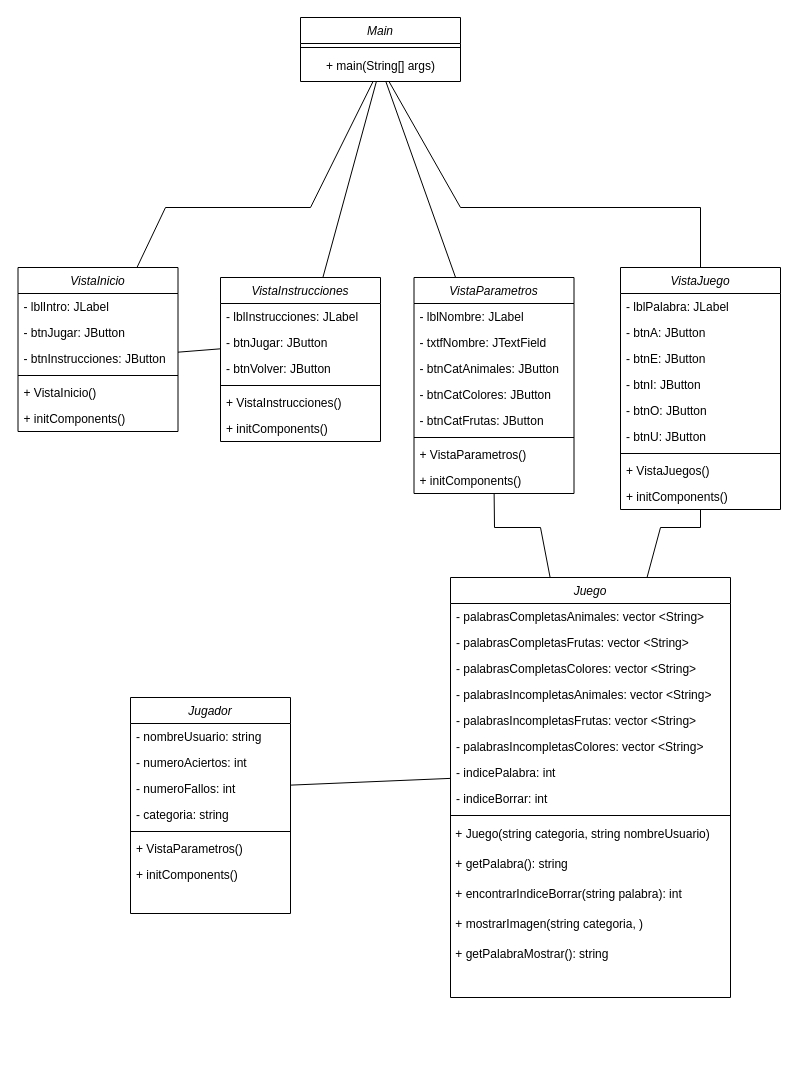
Before: Diagrama de Clases MiniProyecto1.drawio in puyojulian/MiniProyecto1FPOE, a draw.io diagram. Source tidied: cells renumbered, new cells numbered last; positions are measured from the earlier drawing's top-left corner, leaving out a move shared by most shapes. Both pictures are drawn from the tidied source at 100%, with x=0, y=0 at pixel (18, 17).
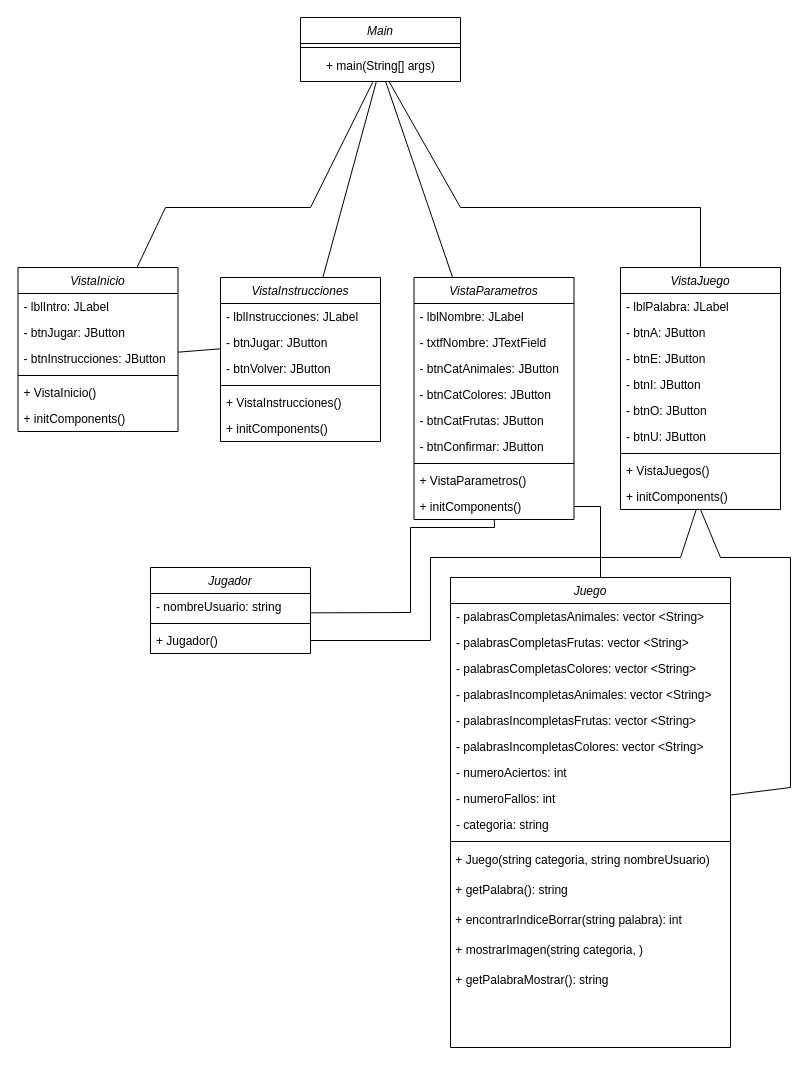
After the change.

Commit message:
Modificación Clases Jugador y Juego

Unchanged cells that the change refers to:
```xml
<mxCell id="56" value="+ initComponents()" style="text;align=left;verticalAlign=top;spacingLeft=4;spacingRight=4;overflow=hidden;points=[[0,0.5],[1,0.5]];portConstraint=eastwest;" parent="47" vertex="1">
  <mxGeometry y="216" width="160" height="26" as="geometry" />
</mxCell>
<mxCell id="61" value="- nombreUsuario: string" style="text;align=left;verticalAlign=top;spacingLeft=4;spacingRight=4;overflow=hidden;points=[[0,0.5],[1,0.5]];portConstraint=eastwest;" parent="60" vertex="1">
  <mxGeometry y="26" width="160" height="26" as="geometry" />
</mxCell>
```

What changed in the source:
```diff
@@
     <mxCell id="12" value="Juego" style="swimlane;fontStyle=2;align=center;verticalAlign=top;horizontal=1;startSize=26;rounded=0;shadow=0;strokeWidth=1;" parent="1" vertex="1">
-      <mxGeometry x="432" y="560" width="280" height="420" as="geometry" />
+      <mxGeometry x="432" y="560" width="280" height="470" as="geometry" />
     </mxCell>
@@
-    <mxCell id="19" value="- indicePalabra: int" style="text;align=left;verticalAlign=top;spacingLeft=4;spacingRight=4;overflow=hidden;points=[[0,0.5],[1,0.5]];portConstraint=eastwest;" parent="12" vertex="1">
-      <mxGeometry y="182" width="280" height="26" as="geometry" />
-    </mxCell>
-    <mxCell id="20" value="- indiceBorrar: int" style="text;align=left;verticalAlign=top;spacingLeft=4;spacingRight=4;overflow=hidden;" parent="12" vertex="1">
-      <mxGeometry y="208" width="280" height="26" as="geometry" />
-    </mxCell>
+    <mxCell id="62" value="- numeroAciertos: int" style="text;align=left;verticalAlign=top;spacingLeft=4;spacingRight=4;overflow=hidden;" parent="12" vertex="1">
+      <mxGeometry y="182" width="280" height="26" as="geometry" />
+    </mxCell>
+    <mxCell id="63" value="- numeroFallos: int" style="text;align=left;verticalAlign=top;spacingLeft=4;spacingRight=4;overflow=hidden;points=[[0,0.5],[1,0.5]];portConstraint=eastwest;" parent="12" vertex="1">
+      <mxGeometry y="208" width="280" height="26" as="geometry" />
+    </mxCell>
+    <mxCell id="64" value="- categoria: string" style="text;align=left;verticalAlign=top;spacingLeft=4;spacingRight=4;overflow=hidden;" parent="12" vertex="1">
+      <mxGeometry y="234" width="280" height="26" as="geometry" />
+    </mxCell>
     <mxCell id="21" style="line;html=1;strokeWidth=1;align=left;verticalAlign=middle;spacingTop=-1;spacingLeft=3;spacingRight=3;labelPosition=right;" parent="12" vertex="1">
-      <mxGeometry y="234" width="280" height="8" as="geometry" />
+      <mxGeometry y="260" width="280" height="8" as="geometry" />
     </mxCell>
     <mxCell id="22" value="&amp;nbsp;+ Juego(string categoria, string nombreUsuario)" style="text;html=1;align=left;verticalAlign=middle;strokeColor=none;fillColor=none;" parent="12" vertex="1">
-      <mxGeometry y="242" width="280" height="30" as="geometry" />
+      <mxGeometry y="268" width="280" height="30" as="geometry" />
     </mxCell>
     <mxCell id="23" value="&amp;nbsp;+ getPalabra(): string" style="text;html=1;align=left;verticalAlign=middle;strokeColor=none;fillColor=none;" parent="12" vertex="1">
-      <mxGeometry y="272" width="280" height="30" as="geometry" />
+      <mxGeometry y="298" width="280" height="30" as="geometry" />
     </mxCell>
     <mxCell id="24" value="&amp;nbsp;+ encontrarIndiceBorrar(string palabra): int" style="text;html=1;align=left;verticalAlign=middle;strokeColor=none;fillColor=none;" parent="12" vertex="1">
-      <mxGeometry y="302" width="280" height="30" as="geometry" />
+      <mxGeometry y="328" width="280" height="30" as="geometry" />
     </mxCell>
     <mxCell id="25" value="&amp;nbsp;+ mostrarImagen(string categoria, )" style="text;html=1;align=left;verticalAlign=middle;strokeColor=none;fillColor=none;" parent="12" vertex="1">
-      <mxGeometry y="332" width="280" height="30" as="geometry" />
+      <mxGeometry y="358" width="280" height="30" as="geometry" />
     </mxCell>
     <mxCell id="26" value="&amp;nbsp;+ getPalabraMostrar(): string" style="text;html=1;align=left;verticalAlign=middle;strokeColor=none;fillColor=none;" parent="12" vertex="1">
-      <mxGeometry y="362" width="280" height="30" as="geometry" />
+      <mxGeometry y="388" width="280" height="30" as="geometry" />
     </mxCell>
@@
     <mxCell id="34" value="VistaParametros" style="swimlane;fontStyle=2;align=center;verticalAlign=top;horizontal=1;startSize=26;rounded=0;shadow=0;strokeWidth=1;" parent="1" vertex="1">
-      <mxGeometry x="395.5" y="260" width="160" height="216" as="geometry" />
+      <mxGeometry x="395.5" y="260" width="160" height="242" as="geometry" />
     </mxCell>
@@
+    <mxCell id="69" value="- btnConfirmar: JButton" style="text;align=left;verticalAlign=top;spacingLeft=4;spacingRight=4;overflow=hidden;rounded=0;shadow=0;html=0;" parent="34" vertex="1">
+      <mxGeometry y="156" width="160" height="26" as="geometry" />
+    </mxCell>
     <mxCell id="40" style="line;html=1;strokeWidth=1;align=left;verticalAlign=middle;spacingTop=-1;spacingLeft=3;spacingRight=3;labelPosition=right;" parent="34" vertex="1">
-      <mxGeometry y="156" width="160" height="8" as="geometry" />
+      <mxGeometry y="182" width="160" height="8" as="geometry" />
     </mxCell>
     <mxCell id="41" value="+ VistaParametros()" style="text;align=left;verticalAlign=top;spacingLeft=4;spacingRight=4;overflow=hidden;" parent="34" vertex="1">
-      <mxGeometry y="164" width="160" height="26" as="geometry" />
+      <mxGeometry y="190" width="160" height="26" as="geometry" />
     </mxCell>
     <mxCell id="42" value="+ initComponents()" style="text;align=left;verticalAlign=top;spacingLeft=4;spacingRight=4;overflow=hidden;points=[[0,0.5],[1,0.5]];portConstraint=eastwest;" parent="34" vertex="1">
-      <mxGeometry y="190" width="160" height="26" as="geometry" />
+      <mxGeometry y="216" width="160" height="26" as="geometry" />
     </mxCell>
@@
     <mxCell id="46" style="endArrow=none;html=1;rounded=0;" parent="1" edge="1" source="12">
       <mxGeometry relative="1" as="geometry">
         <mxPoint x="682" y="492" as="targetPoint" />
         <Array as="points">
-          <mxPoint x="642" y="510" />
-          <mxPoint x="682" y="510" />
+          <mxPoint x="772" y="770" />
+          <mxPoint x="772" y="540" />
+          <mxPoint x="702" y="540" />
         </Array>
       </mxGeometry>
     </mxCell>
@@
-    <mxCell id="58" style="endArrow=none;html=1;rounded=0;" parent="1" edge="1" source="12" target="42">
+    <mxCell id="58" style="endArrow=none;html=1;rounded=0;exitX=0.998;exitY=0.745;exitDx=0;exitDy=0;exitPerimeter=0;" parent="1" edge="1" source="61" target="42">
       <mxGeometry relative="1" as="geometry">
         <Array as="points">
-          <mxPoint x="522" y="510" />
+          <mxPoint x="392" y="595" />
+          <mxPoint x="392" y="510" />
           <mxPoint x="476" y="510" />
         </Array>
       </mxGeometry>
     </mxCell>
@@
     <mxCell id="60" value="Jugador" style="swimlane;fontStyle=2;align=center;verticalAlign=top;horizontal=1;startSize=26;rounded=0;shadow=0;strokeWidth=1;" parent="1" vertex="1">
-      <mxGeometry x="112" y="680" width="160" height="216" as="geometry" />
+      <mxGeometry x="132" y="550" width="160" height="86" as="geometry" />
     </mxCell>
@@
-    <mxCell id="62" value="- numeroAciertos: int" style="text;align=left;verticalAlign=top;spacingLeft=4;spacingRight=4;overflow=hidden;" parent="60" vertex="1">
-      <mxGeometry y="52" width="160" height="26" as="geometry" />
-    </mxCell>
-    <mxCell id="63" value="- numeroFallos: int" style="text;align=left;verticalAlign=top;spacingLeft=4;spacingRight=4;overflow=hidden;points=[[0,0.5],[1,0.5]];portConstraint=eastwest;" parent="60" vertex="1">
-      <mxGeometry y="78" width="160" height="26" as="geometry" />
-    </mxCell>
-    <mxCell id="64" value="- categoria: string" style="text;align=left;verticalAlign=top;spacingLeft=4;spacingRight=4;overflow=hidden;" parent="60" vertex="1">
-      <mxGeometry y="104" width="160" height="26" as="geometry" />
-    </mxCell>
     <mxCell id="65" style="line;html=1;strokeWidth=1;align=left;verticalAlign=middle;spacingTop=-1;spacingLeft=3;spacingRight=3;labelPosition=right;" parent="60" vertex="1">
-      <mxGeometry y="130" width="160" height="8" as="geometry" />
+      <mxGeometry y="52" width="160" height="8" as="geometry" />
     </mxCell>
-    <mxCell id="66" value="+ VistaParametros()" style="text;align=left;verticalAlign=top;spacingLeft=4;spacingRight=4;overflow=hidden;points=[[0,0.5],[1,0.5]];portConstraint=eastwest;" parent="60" vertex="1">
-      <mxGeometry y="138" width="160" height="26" as="geometry" />
+    <mxCell id="66" value="+ Jugador()" style="text;align=left;verticalAlign=top;spacingLeft=4;spacingRight=4;overflow=hidden;points=[[0,0.5],[1,0.5]];portConstraint=eastwest;" parent="60" vertex="1">
+      <mxGeometry y="60" width="160" height="26" as="geometry" />
     </mxCell>
-    <mxCell id="67" value="+ initComponents()" style="text;align=left;verticalAlign=top;spacingLeft=4;spacingRight=4;overflow=hidden;" parent="60" vertex="1">
-      <mxGeometry y="164" width="160" height="26" as="geometry" />
-    </mxCell>
-    <mxCell id="68" style="endArrow=none;html=1;rounded=0;" parent="1" edge="1" source="63" target="19">
-      <mxGeometry relative="1" as="geometry" />
+    <mxCell id="68" style="endArrow=none;html=1;rounded=0;exitX=1;exitY=0.5;exitDx=0;exitDy=0;" parent="1" edge="1" source="66" target="56">
+      <mxGeometry relative="1" as="geometry">
+        <Array as="points">
+          <mxPoint x="412" y="623" />
+          <mxPoint x="412" y="540" />
+          <mxPoint x="662" y="540" />
+        </Array>
+      </mxGeometry>
     </mxCell>
+    <mxCell id="70" style="endArrow=none;html=1;rounded=0;" parent="1" edge="1" target="42">
+      <mxGeometry relative="1" as="geometry">
+        <mxPoint x="582" y="560" as="sourcePoint" />
+        <Array as="points">
+          <mxPoint x="582" y="489" />
+        </Array>
+      </mxGeometry>
+    </mxCell>
```
